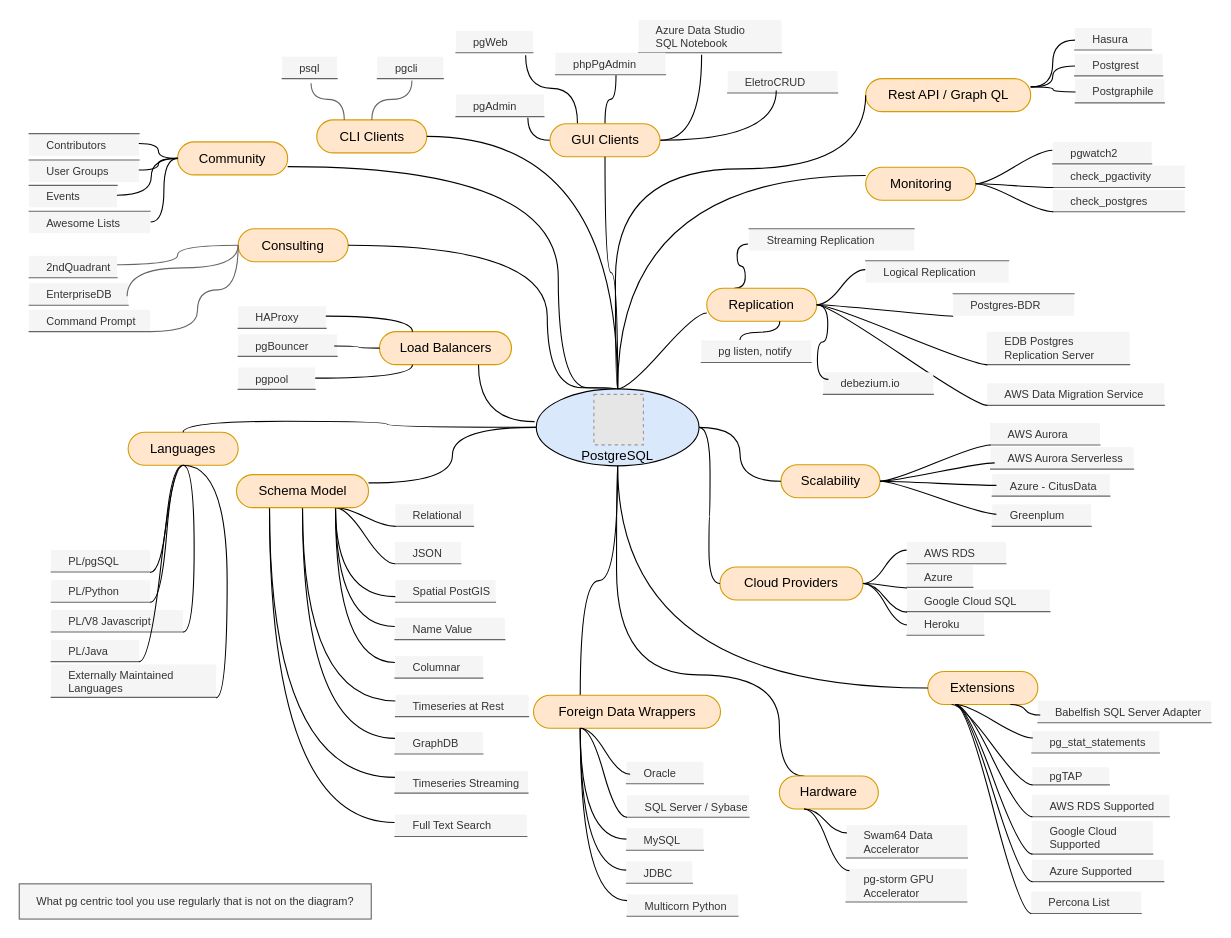
Before: postgresql-ecosystem.drawio in EfficiencyGeek/postgresql-ecosystem, a draw.io diagram. Source tidied: cells renumbered, new cells numbered last; positions are measured from the earlier drawing's top-left corner, leaving out a move shared by most shapes. Both pictures are drawn from the tidied source at 110%, with x=0, y=0 at pixel (19, 19). Pictures stored in the file or linked from it are replaced by grey dashed boxes.
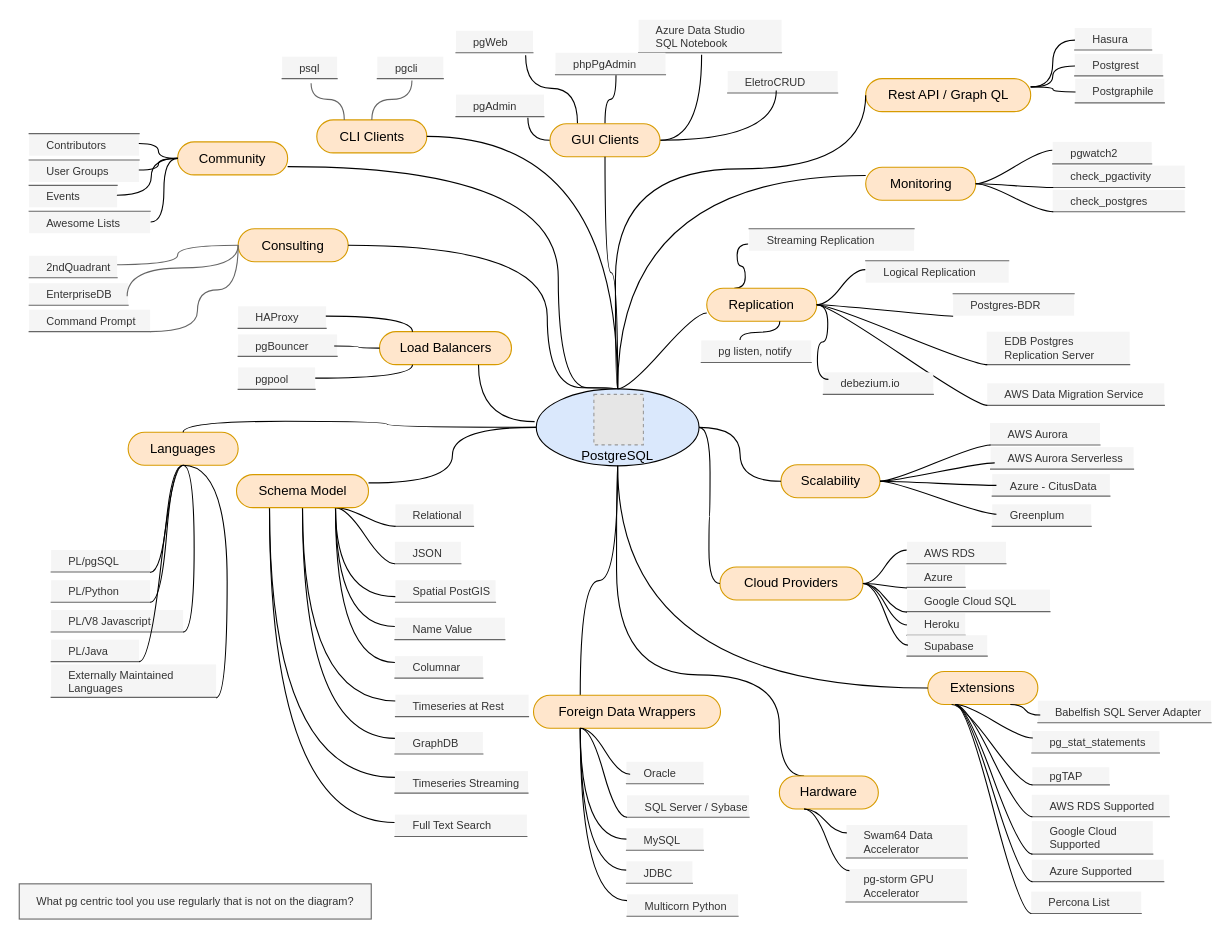
The same diagram, later.

Commit message:
Added Supabase as a Cloud Provider

Unchanged cells that the change refers to:
```xml
<mxCell id="36" value="Cloud Providers" style="whiteSpace=wrap;html=1;rounded=1;arcSize=50;align=center;verticalAlign=middle;strokeWidth=1;spacing=4;fillColor=#ffe6cc;strokeColor=#d79b00;" parent="1" vertex="1">
  <mxGeometry x="637" y="498" width="130" height="30" as="geometry" />
</mxCell>
```

Change to the diagram source:
```diff
@@
     <mxCell id="41" value="Azure" style="whiteSpace=wrap;html=1;shape=partialRectangle;top=0;left=0;bottom=1;right=0;points=[[0,1],[1,1]];strokeColor=#666666;fillColor=#f5f5f5;align=left;verticalAlign=middle;routingCenterY=0.5;snapToPoint=1;fontColor=#333333;fontSize=10;spacingLeft=14;" parent="1" vertex="1">
-      <mxGeometry x="807" y="496.5" width="60" height="20" as="geometry" />
+      <mxGeometry x="807" y="496.5" width="53" height="20" as="geometry" />
     </mxCell>
@@
     <mxCell id="120" value="Heroku" style="whiteSpace=wrap;html=1;shape=partialRectangle;top=0;left=0;bottom=1;right=0;points=[[0,1],[1,1]];strokeColor=#666666;fillColor=#f5f5f5;align=left;verticalAlign=middle;routingCenterY=0.5;snapToPoint=1;fontColor=#333333;fontSize=10;spacingLeft=14;" parent="1" vertex="1">
-      <mxGeometry x="807" y="540" width="70" height="20" as="geometry" />
+      <mxGeometry x="807" y="540" width="53" height="20" as="geometry" />
     </mxCell>
@@
+    <mxCell id="167" value="Supabase" style="whiteSpace=wrap;html=1;shape=partialRectangle;top=0;left=0;bottom=1;right=0;points=[[0,1],[1,1]];strokeColor=#666666;fillColor=#f5f5f5;align=left;verticalAlign=middle;routingCenterY=0.5;snapToPoint=1;fontColor=#333333;fontSize=10;spacingLeft=14;" parent="1" vertex="1">
+      <mxGeometry x="807" y="560" width="73" height="19" as="geometry" />
+    </mxCell>
+    <mxCell id="168" style="edgeStyle=entityRelationEdgeStyle;startArrow=none;endArrow=none;segment=10;curved=1;entryX=0.012;entryY=0.471;entryDx=0;entryDy=0;entryPerimeter=0;exitX=1;exitY=0.5;exitDx=0;exitDy=0;" parent="1" edge="1" source="36" target="167">
+      <mxGeometry relative="1" as="geometry" />
+    </mxCell>
```
